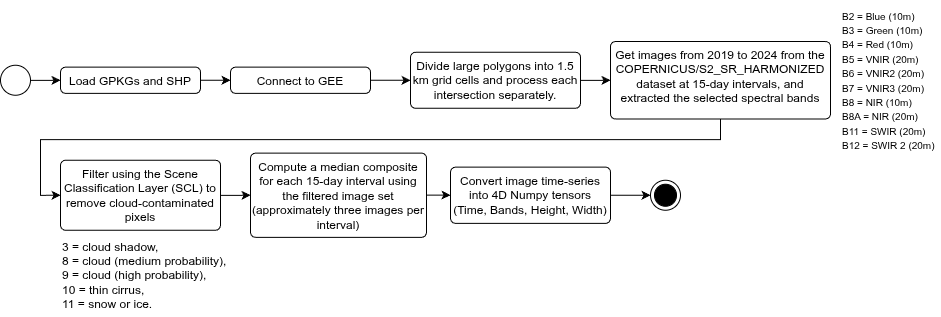
Above: figures/flowcharts/exported/get_sentinel2.png in Eduardo-V-Argenton/resource-aware-citrus-crop-mapping-sentinel2-time-series-pse-cnn (draw.io), before the change. Source tidied: cells renumbered, new cells last; positions are measured from the earlier drawing's top-left corner, leaving out a move shared by most shapes. Its diagram source:
```xml
<mxGraphModel>
  <root>
    <mxCell id="0" />
    <mxCell id="1" parent="0" />
    <mxCell id="2" style="edgeStyle=orthogonalEdgeStyle;rounded=0;jettySize=auto;html=1;" parent="1" edge="1" source="3" target="7">
      <mxGeometry relative="1" as="geometry" />
    </mxCell>
    <mxCell id="3" style="ellipse;html=1;" parent="1" vertex="1">
      <mxGeometry y="64.8" width="30" height="30" as="geometry" />
    </mxCell>
    <mxCell id="4" style="edgeStyle=orthogonalEdgeStyle;rounded=0;jettySize=auto;html=1;exitX=0.5;exitY=1;exitDx=0;exitDy=0;entryX=0;entryY=0.5;entryDx=0;entryDy=0;" parent="1" edge="1" source="5" target="12">
      <mxGeometry relative="1" as="geometry" />
    </mxCell>
    <mxCell id="5" value="Get images from 2019 to 2024 from the COPERNICUS/S2_SR_HARMONIZED dataset at 15-day intervals, and extracted the selected spectral bands" style="html=1;align=center;verticalAlign=top;rounded=1;absoluteArcSize=1;arcSize=10;dashed=0;whiteSpace=wrap;" parent="1" vertex="1">
      <mxGeometry x="610" y="41" width="220" height="77.5" as="geometry" />
    </mxCell>
    <mxCell id="6" style="edgeStyle=orthogonalEdgeStyle;rounded=0;jettySize=auto;html=1;" parent="1" edge="1" source="7" target="9">
      <mxGeometry relative="1" as="geometry" />
    </mxCell>
    <mxCell id="7" value="Load GPKGs and SHP" style="html=1;align=center;verticalAlign=top;rounded=1;absoluteArcSize=1;arcSize=10;dashed=0;whiteSpace=wrap;" parent="1" vertex="1">
      <mxGeometry x="60" y="66.6" width="140" height="26.2" as="geometry" />
    </mxCell>
    <mxCell id="8" style="edgeStyle=orthogonalEdgeStyle;rounded=0;jettySize=auto;html=1;" parent="1" edge="1" source="9" target="20">
      <mxGeometry relative="1" as="geometry" />
    </mxCell>
    <mxCell id="9" value="Connect to GEE" style="html=1;align=center;verticalAlign=top;rounded=1;absoluteArcSize=1;arcSize=10;dashed=0;whiteSpace=wrap;" parent="1" vertex="1">
      <mxGeometry x="230" y="66.6" width="140" height="26.2" as="geometry" />
    </mxCell>
    <mxCell id="10" value="&lt;font style=&quot;font-size: 10px;&quot;&gt;B2 = Blue (10m)&lt;/font&gt;&lt;div&gt;&lt;font style=&quot;font-size: 10px;&quot;&gt;B3 = Green (10m)&lt;/font&gt;&lt;/div&gt;&lt;div&gt;&lt;font style=&quot;font-size: 10px;&quot;&gt;B4 = Red (10m)&lt;/font&gt;&lt;/div&gt;&lt;div&gt;&lt;font style=&quot;font-size: 10px;&quot;&gt;B5 = VNIR (20m)&lt;/font&gt;&lt;/div&gt;&lt;div&gt;&lt;font style=&quot;font-size: 10px;&quot;&gt;B6 = VNIR2 (20m)&lt;/font&gt;&lt;/div&gt;&lt;div&gt;&lt;font style=&quot;font-size: 10px;&quot;&gt;B7 = VNIR3 (20m)&lt;/font&gt;&lt;/div&gt;&lt;div&gt;&lt;font style=&quot;font-size: 10px;&quot;&gt;B8 = NIR (10m)&lt;/font&gt;&lt;/div&gt;&lt;div&gt;&lt;font style=&quot;font-size: 10px;&quot;&gt;B8A = NIR (20m)&lt;/font&gt;&lt;/div&gt;&lt;div&gt;&lt;font style=&quot;font-size: 10px;&quot;&gt;B11 = SWIR (20m)&lt;/font&gt;&lt;/div&gt;&lt;div&gt;&lt;font style=&quot;font-size: 10px;&quot;&gt;B12 = SWIR 2 (20m)&lt;/font&gt;&lt;/div&gt;" style="text;html=1;whiteSpace=wrap;strokeColor=none;fillColor=none;align=left;verticalAlign=middle;rounded=0;" parent="1" vertex="1">
      <mxGeometry x="840" y="-0.2" width="100" height="160" as="geometry" />
    </mxCell>
    <mxCell id="11" style="edgeStyle=orthogonalEdgeStyle;rounded=0;jettySize=auto;html=1;" parent="1" edge="1" source="12" target="14">
      <mxGeometry relative="1" as="geometry" />
    </mxCell>
    <mxCell id="12" value="Filter using the Scene Classification Layer (SCL) to remove cloud-contaminated pixels" style="html=1;align=center;verticalAlign=top;rounded=1;absoluteArcSize=1;arcSize=10;dashed=0;whiteSpace=wrap;" parent="1" vertex="1">
      <mxGeometry x="60" y="159.8" width="160" height="70" as="geometry" />
    </mxCell>
    <mxCell id="13" style="edgeStyle=orthogonalEdgeStyle;rounded=0;jettySize=auto;html=1;" parent="1" edge="1" source="14" target="17">
      <mxGeometry relative="1" as="geometry" />
    </mxCell>
    <mxCell id="14" value="Compute a median composite for each 15-day interval using the filtered image set (approximately three images per interval)" style="html=1;align=center;verticalAlign=top;rounded=1;absoluteArcSize=1;arcSize=10;dashed=0;whiteSpace=wrap;" parent="1" vertex="1">
      <mxGeometry x="250" y="152.6" width="176" height="84.2" as="geometry" />
    </mxCell>
    <mxCell id="15" value="3 = cloud shadow,&lt;br&gt;8 = cloud (medium probability),&lt;br&gt;9 = cloud (high probability),&lt;br&gt;&lt;div style=&quot;&quot;&gt;&lt;span style=&quot;background-color: transparent; color: light-dark(rgb(0, 0, 0), rgb(255, 255, 255));&quot;&gt;10 = thin cirrus,&lt;/span&gt;&lt;/div&gt;11 = snow or ice." style="text;html=1;whiteSpace=wrap;strokeColor=none;fillColor=none;align=left;verticalAlign=middle;rounded=0;" parent="1" vertex="1">
      <mxGeometry x="60" y="233.5" width="170" height="82.5" as="geometry" />
    </mxCell>
    <mxCell id="16" style="edgeStyle=orthogonalEdgeStyle;rounded=0;jettySize=auto;html=1;entryX=0;entryY=0.5;entryDx=0;entryDy=0;" parent="1" edge="1" source="17" target="18">
      <mxGeometry relative="1" as="geometry" />
    </mxCell>
    <mxCell id="17" value="Convert image time-series into 4D Numpy tensors (Time, Bands, Height, Width)" style="html=1;align=center;verticalAlign=top;rounded=1;absoluteArcSize=1;arcSize=10;dashed=0;whiteSpace=wrap;" parent="1" vertex="1">
      <mxGeometry x="450" y="166.6" width="160" height="56.2" as="geometry" />
    </mxCell>
    <mxCell id="18" style="ellipse;html=1;shape=endState;fillColor=strokeColor;" parent="1" vertex="1">
      <mxGeometry x="650" y="179.8" width="30" height="30" as="geometry" />
    </mxCell>
    <mxCell id="19" style="edgeStyle=orthogonalEdgeStyle;rounded=0;jettySize=auto;html=1;" parent="1" edge="1" source="20" target="5">
      <mxGeometry relative="1" as="geometry" />
    </mxCell>
    <mxCell id="20" value="Divide large polygons into 1.5 km grid cells and process each intersection separately." style="html=1;align=center;verticalAlign=top;rounded=1;absoluteArcSize=1;arcSize=10;dashed=0;whiteSpace=wrap;" parent="1" vertex="1">
      <mxGeometry x="410" y="51.8" width="170" height="56" as="geometry" />
    </mxCell>
  </root>
</mxGraphModel>
```
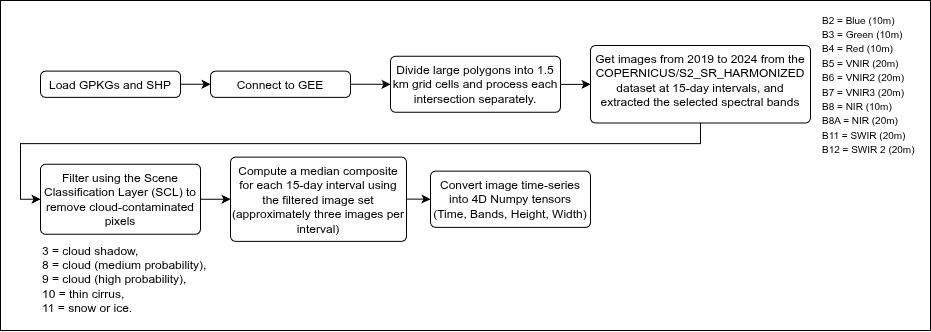
After the change.

The edit, as a diff of the source:
```diff
@@ -2,12 +2,9 @@
   <root>
     <mxCell id="0" />
     <mxCell id="1" parent="0" />
-    <mxCell id="2" style="edgeStyle=orthogonalEdgeStyle;rounded=0;jettySize=auto;html=1;" parent="1" edge="1" source="3" target="7">
-      <mxGeometry relative="1" as="geometry" />
-    </mxCell>
-    <mxCell id="3" style="ellipse;html=1;" parent="1" vertex="1">
-      <mxGeometry y="64.8" width="30" height="30" as="geometry" />
-    </mxCell>
+    <mxCell id="21" style="rounded=0;whiteSpace=wrap;html=1;fillColor=none;" parent="1" vertex="1">
+      <mxGeometry x="20" y="-4" width="930" height="330" as="geometry" />
+    </mxCell>
     <mxCell id="4" style="edgeStyle=orthogonalEdgeStyle;rounded=0;jettySize=auto;html=1;exitX=0.5;exitY=1;exitDx=0;exitDy=0;entryX=0;entryY=0.5;entryDx=0;entryDy=0;" parent="1" edge="1" source="5" target="12">
       <mxGeometry relative="1" as="geometry" />
     </mxCell>
@@ -44,15 +41,9 @@
     <mxCell id="15" value="3 = cloud shadow,&lt;br&gt;8 = cloud (medium probability),&lt;br&gt;9 = cloud (high probability),&lt;br&gt;&lt;div style=&quot;&quot;&gt;&lt;span style=&quot;background-color: transparent; color: light-dark(rgb(0, 0, 0), rgb(255, 255, 255));&quot;&gt;10 = thin cirrus,&lt;/span&gt;&lt;/div&gt;11 = snow or ice." style="text;html=1;whiteSpace=wrap;strokeColor=none;fillColor=none;align=left;verticalAlign=middle;rounded=0;" parent="1" vertex="1">
       <mxGeometry x="60" y="233.5" width="170" height="82.5" as="geometry" />
     </mxCell>
-    <mxCell id="16" style="edgeStyle=orthogonalEdgeStyle;rounded=0;jettySize=auto;html=1;entryX=0;entryY=0.5;entryDx=0;entryDy=0;" parent="1" edge="1" source="17" target="18">
-      <mxGeometry relative="1" as="geometry" />
-    </mxCell>
     <mxCell id="17" value="Convert image time-series into 4D Numpy tensors (Time, Bands, Height, Width)" style="html=1;align=center;verticalAlign=top;rounded=1;absoluteArcSize=1;arcSize=10;dashed=0;whiteSpace=wrap;" parent="1" vertex="1">
       <mxGeometry x="450" y="166.6" width="160" height="56.2" as="geometry" />
     </mxCell>
-    <mxCell id="18" style="ellipse;html=1;shape=endState;fillColor=strokeColor;" parent="1" vertex="1">
-      <mxGeometry x="650" y="179.8" width="30" height="30" as="geometry" />
-    </mxCell>
     <mxCell id="19" style="edgeStyle=orthogonalEdgeStyle;rounded=0;jettySize=auto;html=1;" parent="1" edge="1" source="20" target="5">
       <mxGeometry relative="1" as="geometry" />
     </mxCell>
```
